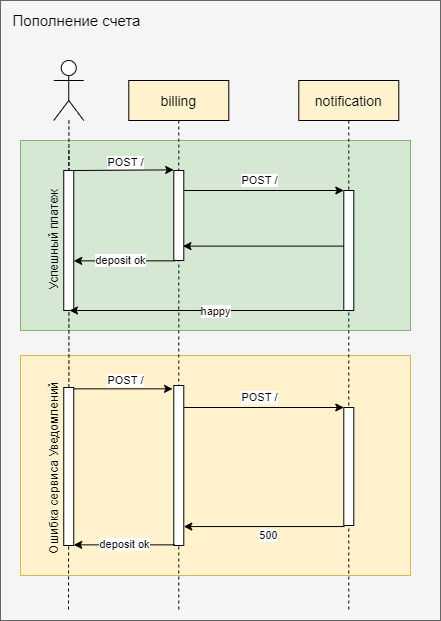
The draw.io diagram hw9/img2.png in GUR-ok/otus-microservice-architecture, before a commit. Source tidied: cells renumbered, new cells last; positions are measured from the earlier drawing's top-left corner, leaving out a move shared by most shapes.
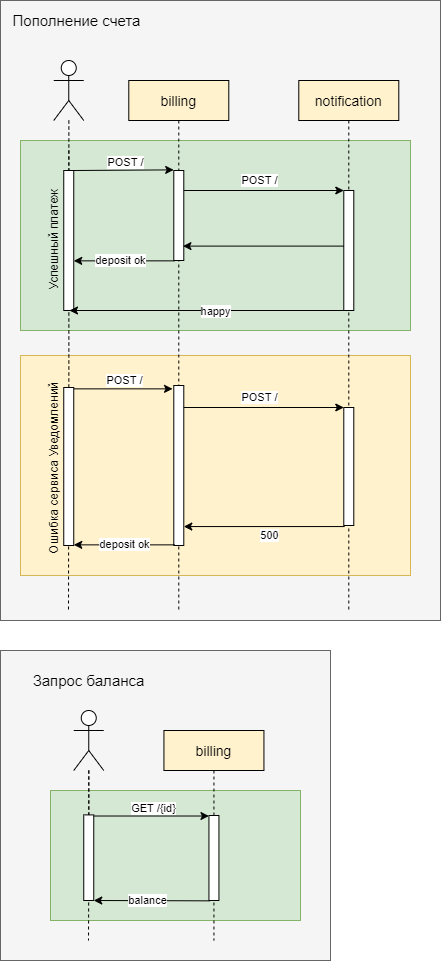
The same file after the commit.

Change to the diagram source:
```diff
@@ -91,5 +91,40 @@
     <mxCell id="28" value="deposit ok" style="endArrow=classic;html=1;exitX=0.081;exitY=0.996;exitDx=0;exitDy=0;exitPerimeter=0;" parent="1" edge="1" source="19" target="22">
       <mxGeometry relative="1" as="geometry" />
     </mxCell>
+    <mxCell id="29" style="whiteSpace=wrap;html=1;fillColor=#f5f5f5;strokeColor=#666666;fontColor=#333333;imageAspect=0;" parent="1" vertex="1">
+      <mxGeometry x="37" y="650" width="330" height="310" as="geometry" />
+    </mxCell>
+    <mxCell id="30" style="rounded=0;whiteSpace=wrap;html=1;fillColor=#d5e8d4;strokeColor=#82b366;" parent="1" vertex="1">
+      <mxGeometry x="87" y="790" width="250" height="130" as="geometry" />
+    </mxCell>
+    <mxCell id="31" value="billing" style="shape=umlLifeline;perimeter=lifelinePerimeter;rounded=0;shadow=0;strokeWidth=1;fillColor=#fff2cc;fontSize=14;" parent="1" vertex="1">
+      <mxGeometry x="200.4" y="730" width="100" height="210" as="geometry" />
+    </mxCell>
+    <mxCell id="32" style="points=[];perimeter=orthogonalPerimeter;rounded=0;shadow=0;strokeWidth=1;" parent="1" vertex="1">
+      <mxGeometry x="245.4" y="815" width="10" height="85" as="geometry" />
+    </mxCell>
+    <mxCell id="33" value="balance" style="endArrow=classic;html=1;exitX=0.118;exitY=1.004;exitDx=0;exitDy=0;exitPerimeter=0;" parent="1" edge="1" source="32" target="37">
+      <mxGeometry x="0.07" relative="1" as="geometry" />
+    </mxCell>
+    <mxCell id="34" style="edgeStyle=orthogonalEdgeStyle;rounded=0;jettySize=auto;html=1;endArrow=none;endFill=0;dashed=1;" parent="1" edge="1" source="36">
+      <mxGeometry relative="1" as="geometry">
+        <mxPoint x="125" y="940" as="targetPoint" />
+      </mxGeometry>
+    </mxCell>
+    <mxCell id="35" style="edgeStyle=orthogonalEdgeStyle;rounded=0;jettySize=auto;html=1;dashed=1;endArrow=none;endFill=0;" parent="1" edge="1" source="36" target="37">
+      <mxGeometry relative="1" as="geometry" />
+    </mxCell>
+    <mxCell id="36" style="shape=umlActor;verticalLabelPosition=bottom;verticalAlign=top;html=1;outlineConnect=0;" parent="1" vertex="1">
+      <mxGeometry x="110.2" y="710" width="30" height="60" as="geometry" />
+    </mxCell>
+    <mxCell id="37" style="points=[];perimeter=orthogonalPerimeter;rounded=0;shadow=0;strokeWidth=1;" parent="1" vertex="1">
+      <mxGeometry x="120.2" y="814.4" width="10" height="85.6" as="geometry" />
+    </mxCell>
+    <mxCell id="38" value="GET /{id}" style="endArrow=classic;html=1;entryX=0;entryY=0.006;entryDx=0;entryDy=0;entryPerimeter=0;" parent="1" edge="1" source="37" target="32">
+      <mxGeometry x="0.03" y="8" relative="1" as="geometry" />
+    </mxCell>
+    <mxCell id="39" value="&lt;font style=&quot;font-size: 15px&quot;&gt;Запрос баланса&lt;/font&gt;" style="text;html=1;strokeColor=none;fillColor=none;align=center;verticalAlign=middle;whiteSpace=wrap;rounded=0;" parent="1" vertex="1">
+      <mxGeometry x="58.6" y="670" width="133.4" height="20" as="geometry" />
+    </mxCell>
   </root>
 </mxGraphModel>
```
